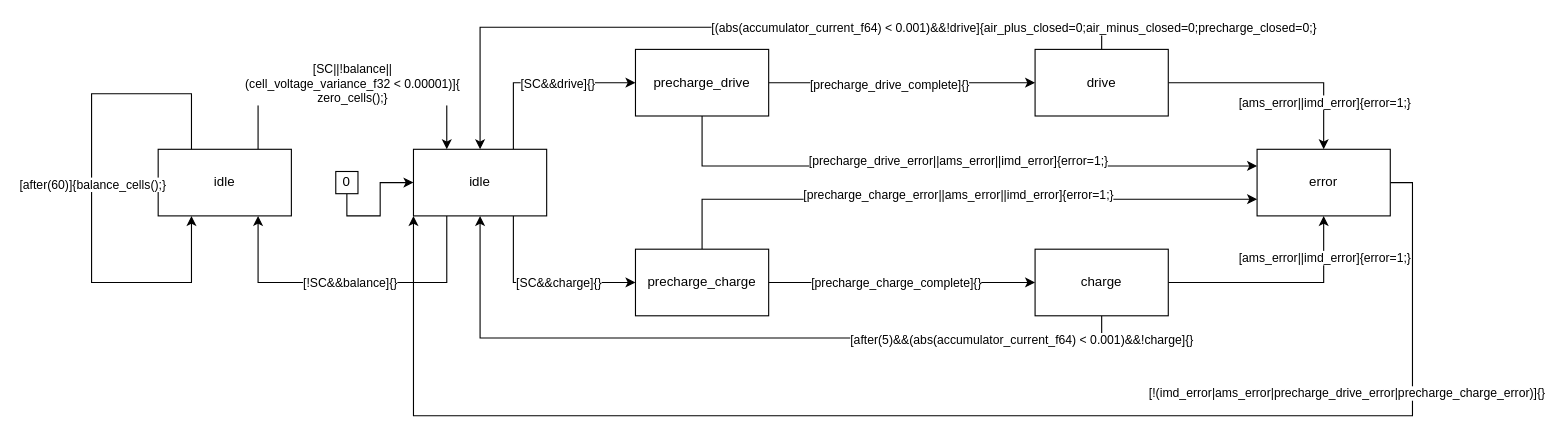
Above: page "ams" (1 of 5) of xver/xsm/XML/graph.drawio in osceri/AMS-CC (draw.io), before the change. Source tidied: cells renumbered, new cells numbered last; positions are measured from the earlier drawing's top-left corner, leaving out a move shared by most shapes. Both pictures are drawn from the tidied source at 111%, with x=0, y=0 at pixel (91, 49).
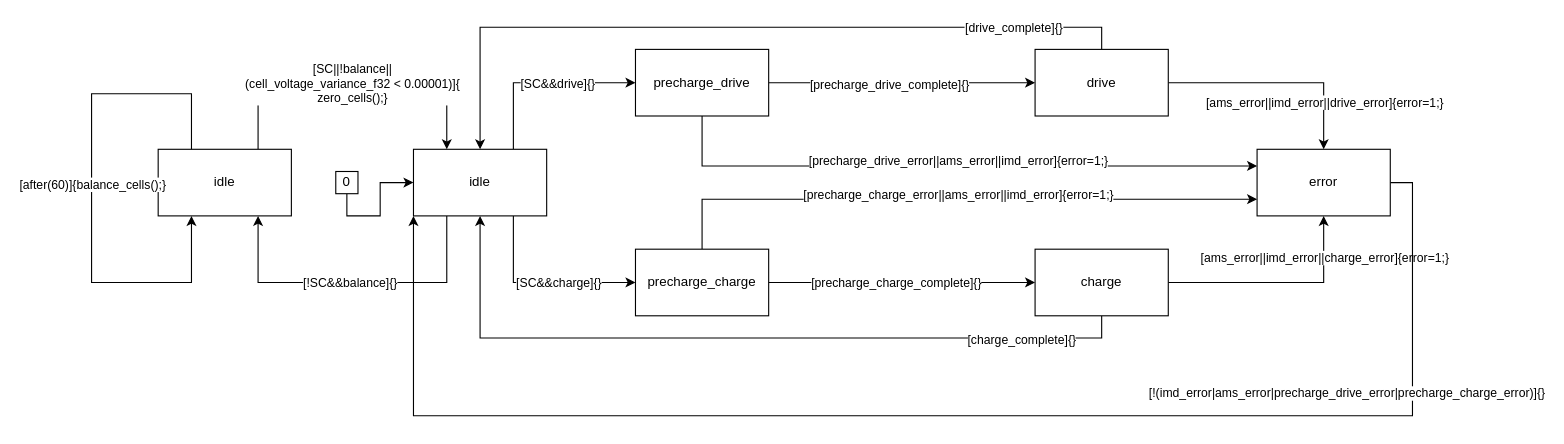
The same page after the edit.

Unchanged cells that the change refers to:
```xml
<mxCell id="12" style="edgeStyle=orthogonalEdgeStyle;rounded=0;jettySize=auto;html=1;exitX=1;exitY=0.5;exitDx=0;exitDy=0;entryX=0.5;entryY=1;entryDx=0;entryDy=0;" parent="1" edge="1" source="16" target="24">
  <mxGeometry relative="1" as="geometry" />
</mxCell>
<mxCell id="14" style="edgeStyle=orthogonalEdgeStyle;rounded=0;jettySize=auto;html=1;exitX=0.5;exitY=1;exitDx=0;exitDy=0;entryX=0.5;entryY=1;entryDx=0;entryDy=0;" parent="1" edge="1" source="16" target="31">
  <mxGeometry relative="1" as="geometry" />
</mxCell>
<mxCell id="17" style="edgeStyle=orthogonalEdgeStyle;rounded=0;jettySize=auto;html=1;exitX=1;exitY=0.5;exitDx=0;exitDy=0;entryX=0.5;entryY=0;entryDx=0;entryDy=0;" parent="1" edge="1" source="21" target="24">
  <mxGeometry relative="1" as="geometry" />
</mxCell>
<mxCell id="19" style="edgeStyle=orthogonalEdgeStyle;rounded=0;jettySize=auto;html=1;exitX=0.5;exitY=0;exitDx=0;exitDy=0;entryX=0.5;entryY=0;entryDx=0;entryDy=0;" parent="1" edge="1" source="21" target="31">
  <mxGeometry relative="1" as="geometry" />
</mxCell>
```

Diff of the diagram source:
```diff
@@
-    <mxCell id="13" value="[ams_error||imd_error]{error=1;}" style="edgeLabel;html=1;align=center;verticalAlign=middle;" parent="12" vertex="1">
+    <mxCell id="13" value="[ams_error||imd_error||charge_error]{error=1;}" style="edgeLabel;html=1;align=center;verticalAlign=middle;" parent="12" vertex="1">
       <mxGeometry x="0.63" relative="1" as="geometry" />
     </mxCell>
@@
-    <mxCell id="15" value="[after(5)&amp;amp;&amp;amp;(abs(accumulator_current_f64) &amp;lt; 0.001)&amp;amp;&amp;amp;!charge]{}" style="edgeLabel;html=1;align=center;verticalAlign=middle;" parent="14" vertex="1">
+    <mxCell id="15" value="[charge_complete]{}" style="edgeLabel;html=1;align=center;verticalAlign=middle;" parent="14" vertex="1">
       <mxGeometry x="-0.73" y="1" relative="1" as="geometry" />
     </mxCell>
@@
-    <mxCell id="18" value="[ams_error||imd_error]{error=1;}" style="edgeLabel;html=1;align=center;verticalAlign=middle;" parent="17" vertex="1">
+    <mxCell id="18" value="[ams_error||imd_error||drive_error]{error=1;}" style="edgeLabel;html=1;align=center;verticalAlign=middle;" parent="17" vertex="1">
       <mxGeometry x="0.57" relative="1" as="geometry" />
     </mxCell>
@@
-    <mxCell id="20" value="[(abs(accumulator_current_f64) &amp;lt; 0.001)&amp;amp;&amp;amp;!drive]{air_plus_closed=0;air_minus_closed=0;precharge_closed=0;}" style="edgeLabel;html=1;align=center;verticalAlign=middle;" parent="19" vertex="1">
+    <mxCell id="20" value="[drive_complete]{}" style="edgeLabel;html=1;align=center;verticalAlign=middle;" parent="19" vertex="1">
       <mxGeometry x="-0.71" relative="1" as="geometry" />
     </mxCell>
```
